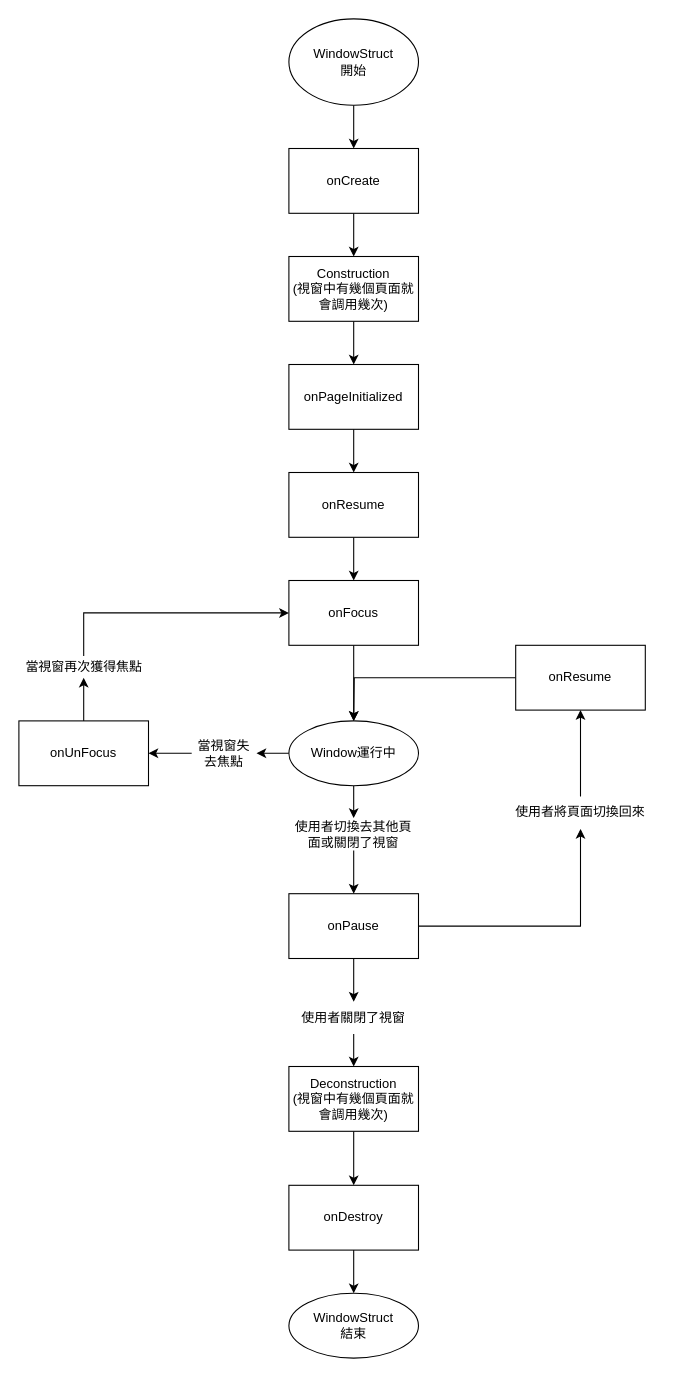
jack850628/FloatWindow keeps this draw.io diagram as WindowStruct_Lifecycle.drawio. Above is the earlier version. Source tidied: cells renumbered, new cells numbered last; positions are measured from the earlier drawing's top-left corner, leaving out a move shared by most shapes. Both pictures are drawn from the tidied source at 108%, with x=0, y=0 at pixel (18, 18).
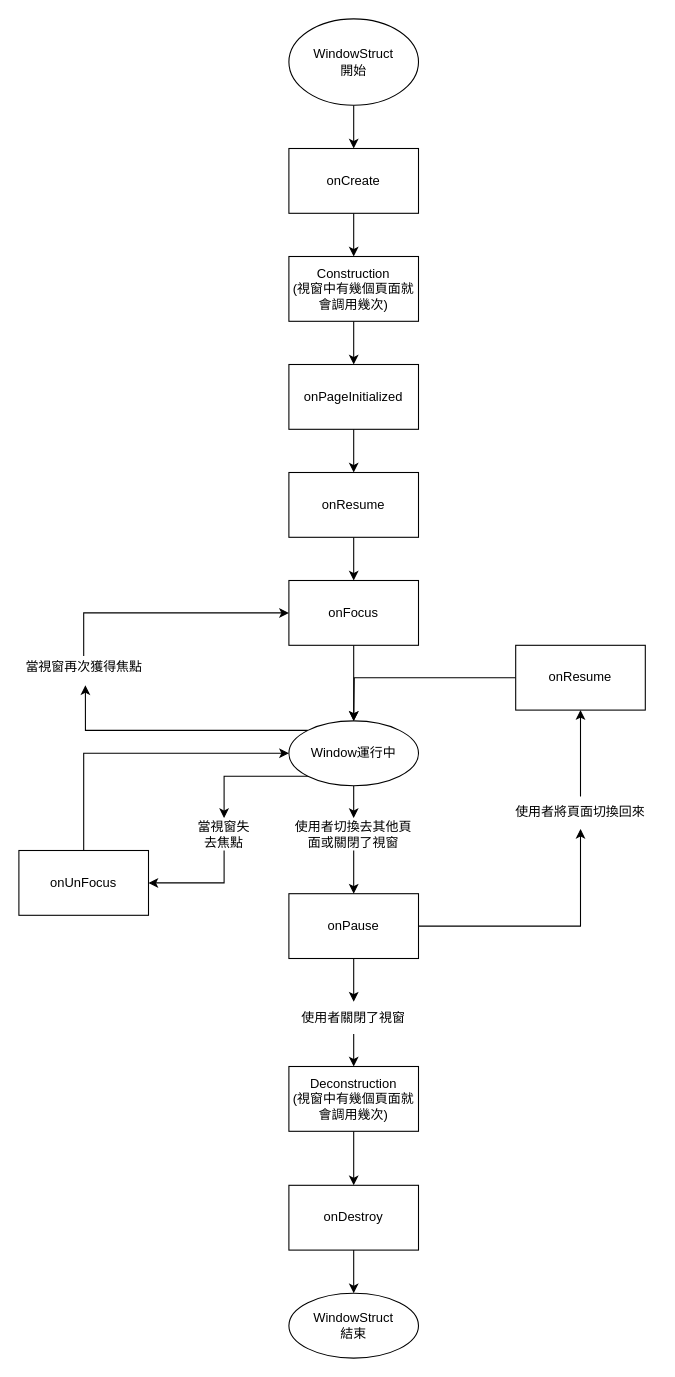
After the change.

The change refers to these unchanged cells:
```xml
<mxCell id="14" value="Window運行中" style="ellipse;whiteSpace=wrap;html=1;" parent="1" vertex="1">
  <mxGeometry x="250" y="650" width="120" height="60" as="geometry" />
</mxCell>
<mxCell id="36" value="當視窗再次獲得焦點" style="text;html=1;align=center;verticalAlign=middle;points=[];strokeColor=none;fillColor=none;" parent="1" vertex="1">
  <mxGeometry y="590" width="120" height="20" as="geometry" />
</mxCell>
```

The edit, as a diff of the source:
```diff
@@
-    <mxCell id="13" style="edgeStyle=orthogonalEdgeStyle;rounded=0;jettySize=auto;html=1;" parent="1" edge="1" source="14" target="32">
+    <mxCell id="13" style="edgeStyle=orthogonalEdgeStyle;rounded=0;jettySize=auto;html=1;exitX=0;exitY=1;exitDx=0;exitDy=0;entryX=0.5;entryY=0;entryDx=0;entryDy=0;" parent="1" edge="1" source="14" target="32">
       <mxGeometry relative="1" as="geometry" />
     </mxCell>
+    <mxCell id="39" style="edgeStyle=orthogonalEdgeStyle;rounded=0;jettySize=auto;html=1;exitX=0;exitY=0;exitDx=0;exitDy=0;entryX=0.513;entryY=1.35;entryDx=0;entryDy=0;entryPerimeter=0;" parent="1" edge="1" source="14" target="36">
+      <mxGeometry relative="1" as="geometry" />
+    </mxCell>
@@
-    <mxCell id="31" style="edgeStyle=orthogonalEdgeStyle;rounded=0;jettySize=auto;html=1;" parent="1" edge="1" source="32" target="34">
+    <mxCell id="31" style="edgeStyle=orthogonalEdgeStyle;rounded=0;jettySize=auto;html=1;exitX=0.5;exitY=1;exitDx=0;exitDy=0;entryX=1;entryY=0.5;entryDx=0;entryDy=0;" parent="1" edge="1" source="32" target="34">
       <mxGeometry relative="1" as="geometry" />
     </mxCell>
     <mxCell id="32" value="當視窗失去焦點" style="text;html=1;strokeColor=none;fillColor=none;align=center;verticalAlign=middle;whiteSpace=wrap;rounded=0;" parent="1" vertex="1">
-      <mxGeometry x="160" y="665" width="60" height="30" as="geometry" />
+      <mxGeometry x="160" y="740" width="60" height="30" as="geometry" />
     </mxCell>
-    <mxCell id="33" style="edgeStyle=orthogonalEdgeStyle;rounded=0;jettySize=auto;html=1;" parent="1" edge="1" source="34" target="36">
-      <mxGeometry relative="1" as="geometry" />
-    </mxCell>
+    <mxCell id="40" style="edgeStyle=orthogonalEdgeStyle;rounded=0;jettySize=auto;html=1;entryX=0;entryY=0.5;entryDx=0;entryDy=0;" parent="1" edge="1" source="34" target="14">
+      <mxGeometry relative="1" as="geometry">
+        <Array as="points">
+          <mxPoint x="60" y="680" />
+        </Array>
+      </mxGeometry>
+    </mxCell>
     <mxCell id="34" value="onUnFocus" style="whiteSpace=wrap;html=1;" parent="1" vertex="1">
-      <mxGeometry y="650" width="120" height="60" as="geometry" />
+      <mxGeometry y="770" width="120" height="60" as="geometry" />
     </mxCell>
```
